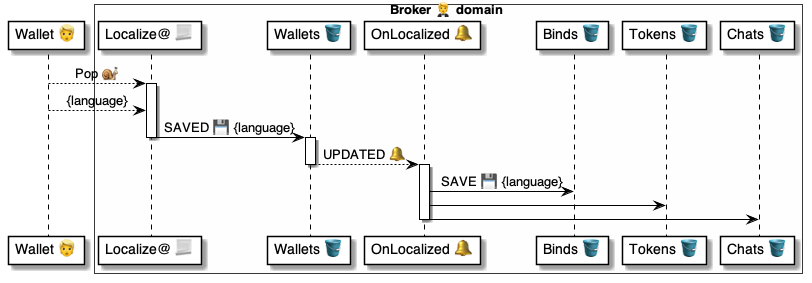
Earlier version of the PlantUML export 4 ⚙️ Solution/20 🧑‍🦰 UI/Brokers 🤵/🤵🪣 Broker tables/Wallets 🧑‍🦰 table/🪣🔔 2 Localized/🤵 OnWalletLocalized ⚙️ uml.png (pollyweb-org/pollyweb-docs). Its source is kept beside it as 4 ⚙️ Solution/20 🧑‍🦰 UI/Brokers 🤵/🤵🪣 Broker tables/Wallets 🧑‍🦰 table/🪣🔔 2 Localized/🤵 OnWalletLocalized ⚙️ uml.puml.
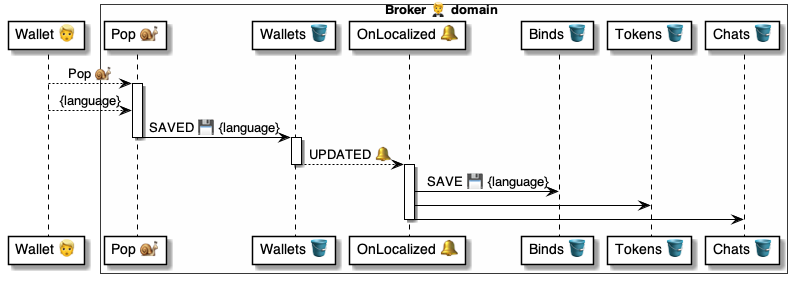
After the change.

Change to the diagram source:
```diff
@@ -3,7 +3,7 @@
 participant "Wallet 👱" as wallet
 
 box Broker 🤵 domain #FFFFFA
-    participant "Localize@ 📃" as handler
+    participant "Pop 🐌" as handler
     participant "Wallets 🪣" as wallets
     participant "OnLocalized 🔔" as script
     participant "Binds 🪣" as binds
```
